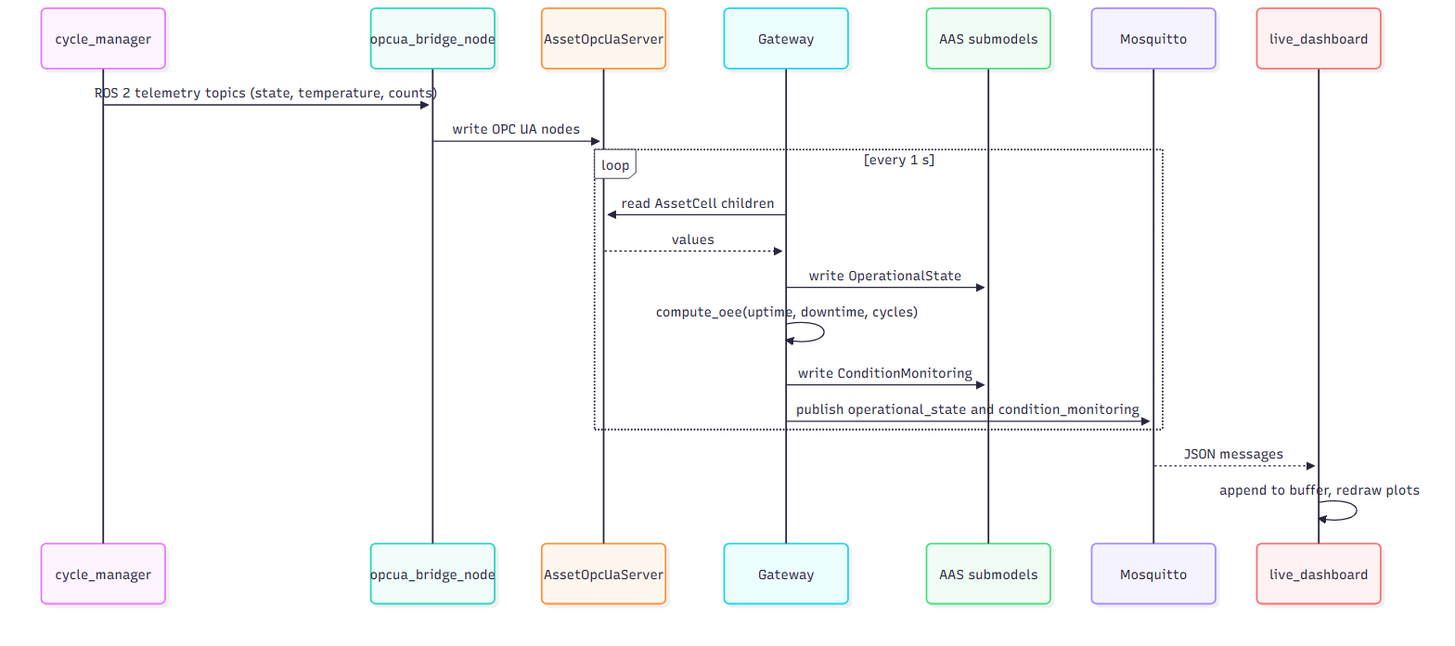
This is docs/diagrams/data_flow_sequence.png from AbhishekDubasi09/aas-digital-twin, a Mermaid export, as it was before one commit. Its source is kept beside it as docs/diagrams/data_flow_sequence.mmd.
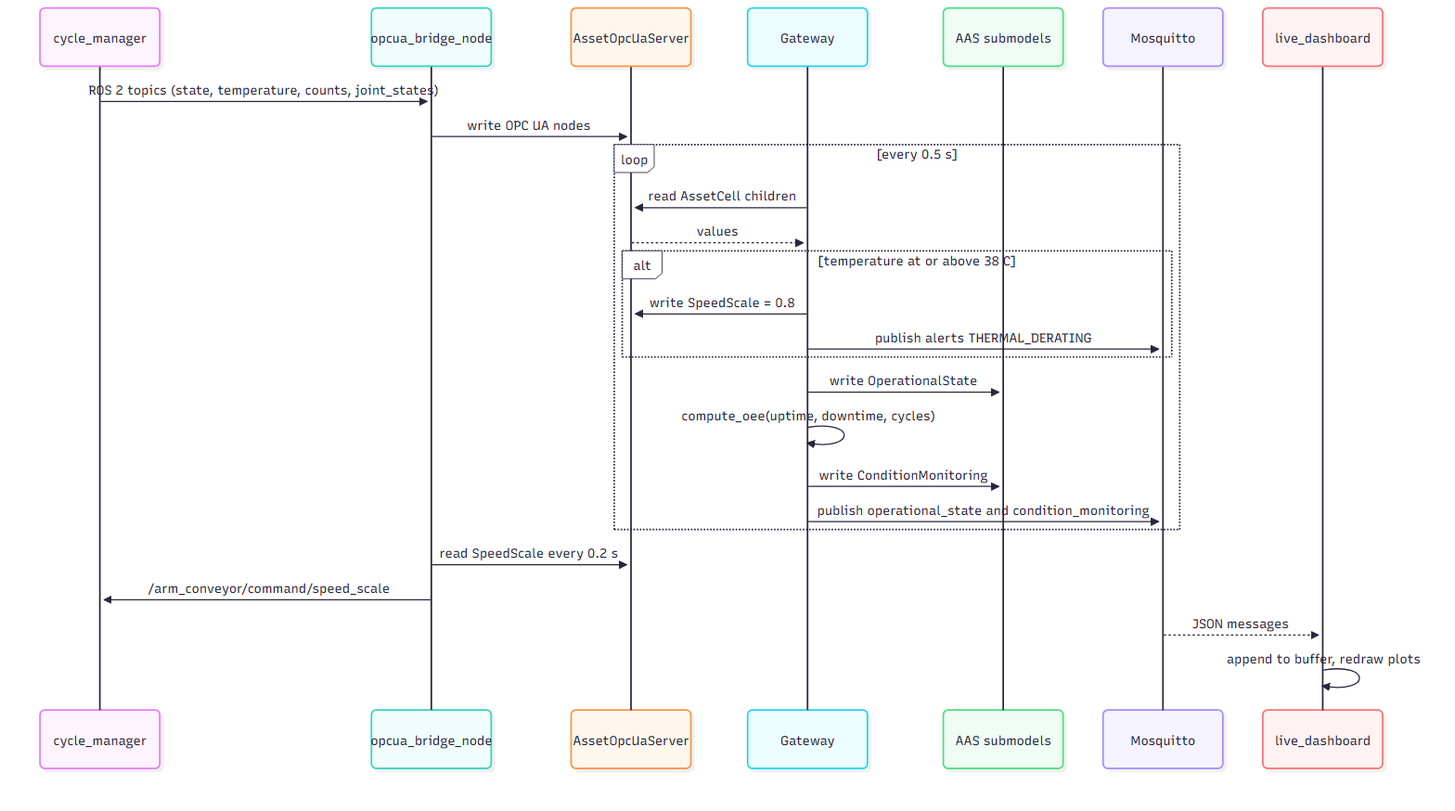
Later version of the same file.

The edit, as a diff of the source:
```diff
@@ -6,15 +6,21 @@
     participant AAS as AAS submodels
     participant MQ as Mosquitto
     participant DB as live_dashboard
-    CM->>BR: ROS 2 telemetry topics (state, temperature, counts)
+    CM->>BR: ROS 2 topics (state, temperature, counts, joint_states)
     BR->>OPC: write OPC UA nodes
-    loop every 1 s
+    loop every 0.5 s
         GW->>OPC: read AssetCell children
         OPC-->>GW: values
+        alt temperature at or above 38 C
+            GW->>OPC: write SpeedScale = 0.8
+            GW->>MQ: publish alerts THERMAL_DERATING
+        end
         GW->>AAS: write OperationalState
         GW->>GW: compute_oee(uptime, downtime, cycles)
         GW->>AAS: write ConditionMonitoring
         GW->>MQ: publish operational_state and condition_monitoring
     end
+    BR->>OPC: read SpeedScale every 0.2 s
+    BR->>CM: /arm_conveyor/command/speed_scale
     MQ-->>DB: JSON messages
     DB->>DB: append to buffer, redraw plots
```
